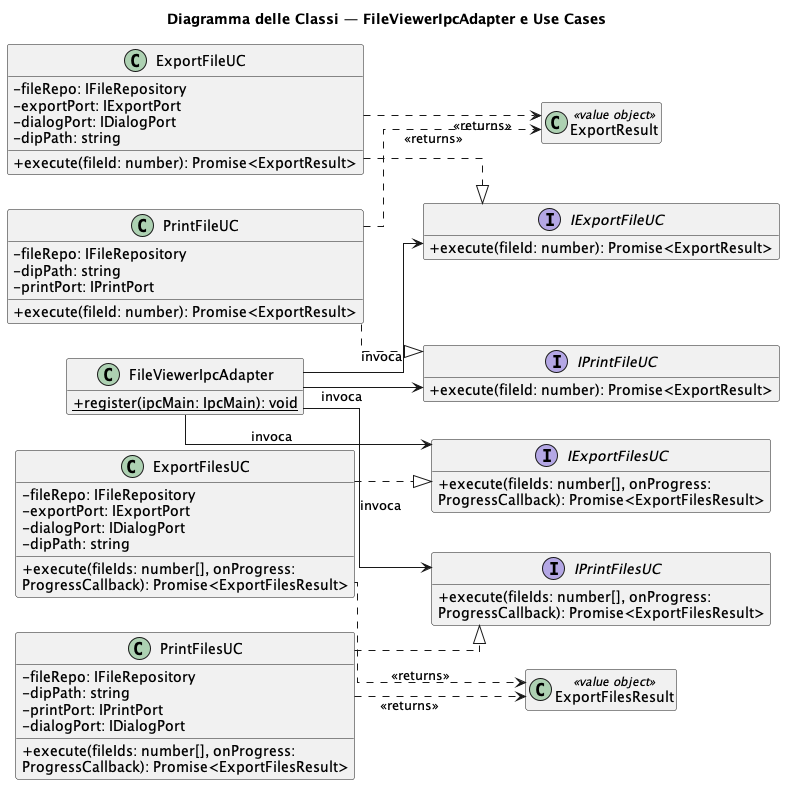
7-ZPUs/Docs keeps this PlantUML diagram as out/3_PB/DocumentiEsterni/DiagrammiSpecificaTecnica/C4/C4_backend_Export/Export_IPC_Part1.png. Above is the earlier version.
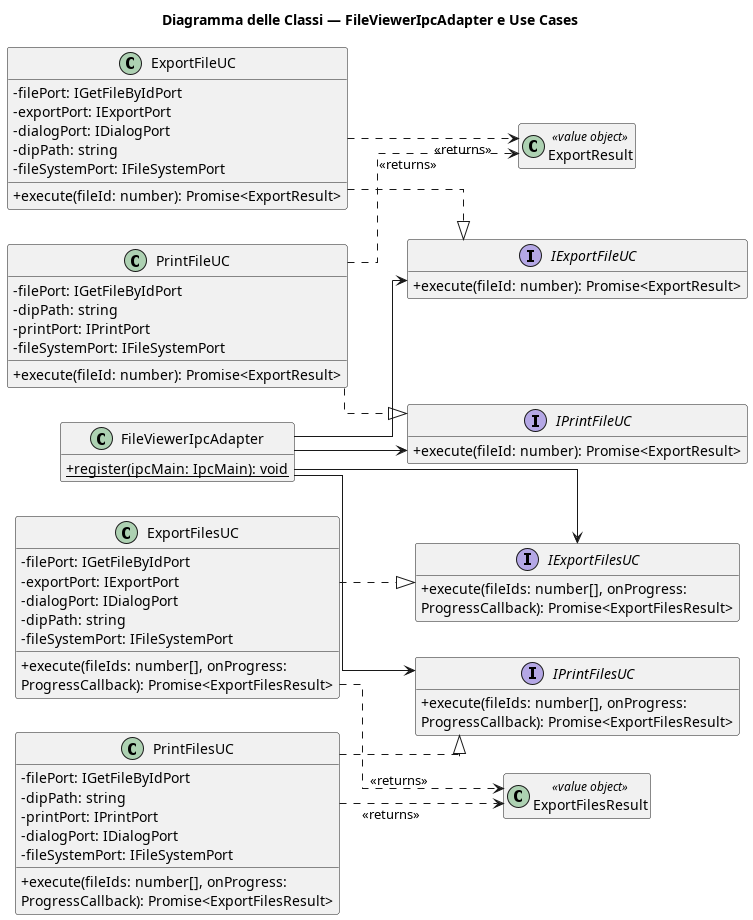
The same diagram one commit later.

Diff of the diagram source:
```diff
@@ -25,31 +25,35 @@
 }
 
 class ExportFileUC {
-    - fileRepo: IFileRepository
+    - filePort: IGetFileByIdPort
     - exportPort: IExportPort
     - dialogPort: IDialogPort
     - dipPath: string
+    - fileSystemPort: IFileSystemPort
     + execute(fileId: number): Promise<ExportResult>
 }
 class ExportFilesUC {
-    - fileRepo: IFileRepository
+    - filePort: IGetFileByIdPort
     - exportPort: IExportPort
     - dialogPort: IDialogPort
     - dipPath: string
+    - fileSystemPort: IFileSystemPort
     + execute(fileIds: number[], onProgress:
     ProgressCallback): Promise<ExportFilesResult>
 }
 class PrintFileUC {
-    - fileRepo: IFileRepository
+    - filePort: IGetFileByIdPort
     - dipPath: string
     - printPort: IPrintPort
+    - fileSystemPort: IFileSystemPort
     + execute(fileId: number): Promise<ExportResult>
 }
 class PrintFilesUC {
-    - fileRepo: IFileRepository
+    - filePort: IGetFileByIdPort
     - dipPath: string
     - printPort: IPrintPort
     - dialogPort: IDialogPort
+    - fileSystemPort: IFileSystemPort
     + execute(fileIds: number[], onProgress:
     ProgressCallback): Promise<ExportFilesResult>
 }
@@ -57,10 +61,11 @@
 class ExportResult <<value object>> {}
 class ExportFilesResult <<value object>> {}
 
-FileViewerIpcAdapter --> IExportFileUC  : invoca
-FileViewerIpcAdapter --> IExportFilesUC : invoca
-FileViewerIpcAdapter --> IPrintFileUC   : invoca
-FileViewerIpcAdapter --> IPrintFilesUC  : invoca
+FileViewerIpcAdapter --> IExportFileUC
+FileViewerIpcAdapter --> IExportFilesUC
+FileViewerIpcAdapter --> IPrintFileUC
+FileViewerIpcAdapter --> IPrintFilesUC
+
 
 ExportFileUC  ..|> IExportFileUC
 ExportFilesUC ..|> IExportFilesUC
```
